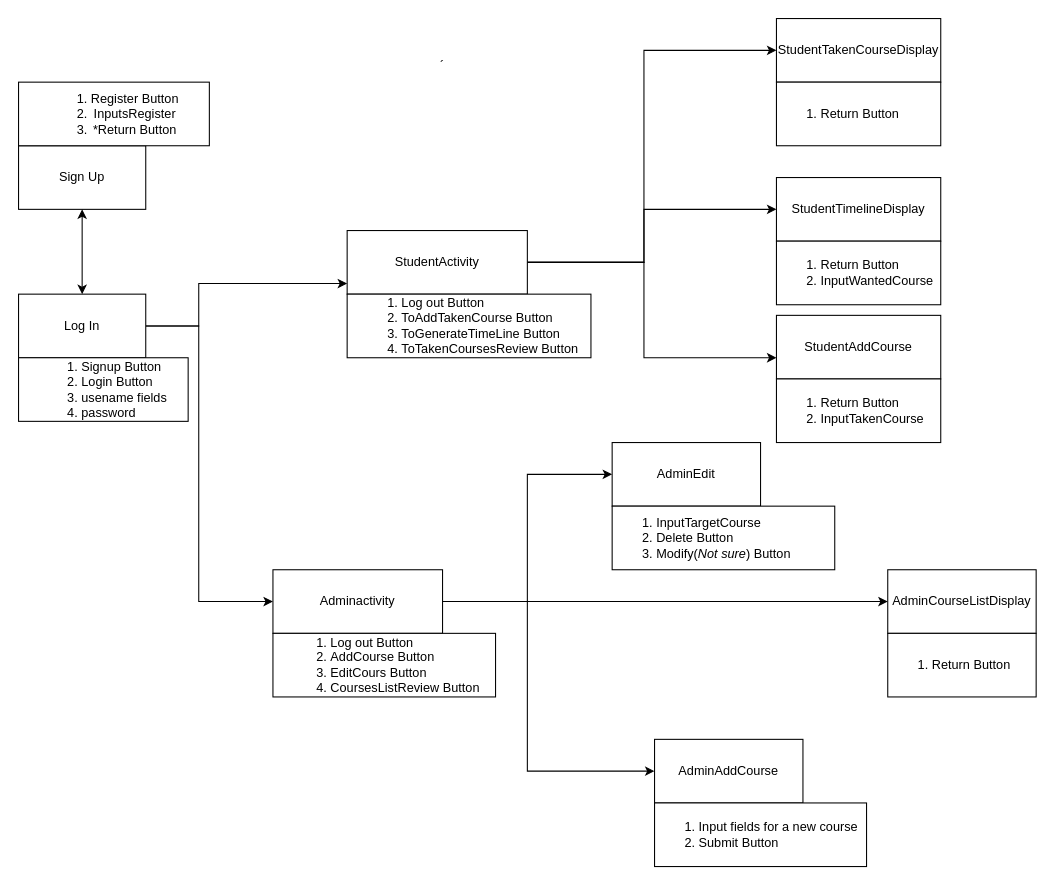
Above: UIPages.drawio in chenyo34/B07_TUT08_GP (draw.io), before the change. Source tidied: cells renumbered, new cells numbered last; positions are measured from the earlier drawing's top-left corner, leaving out a move shared by most shapes. Both pictures are drawn from the tidied source at 106%, with x=0, y=0 at pixel (18, 18).
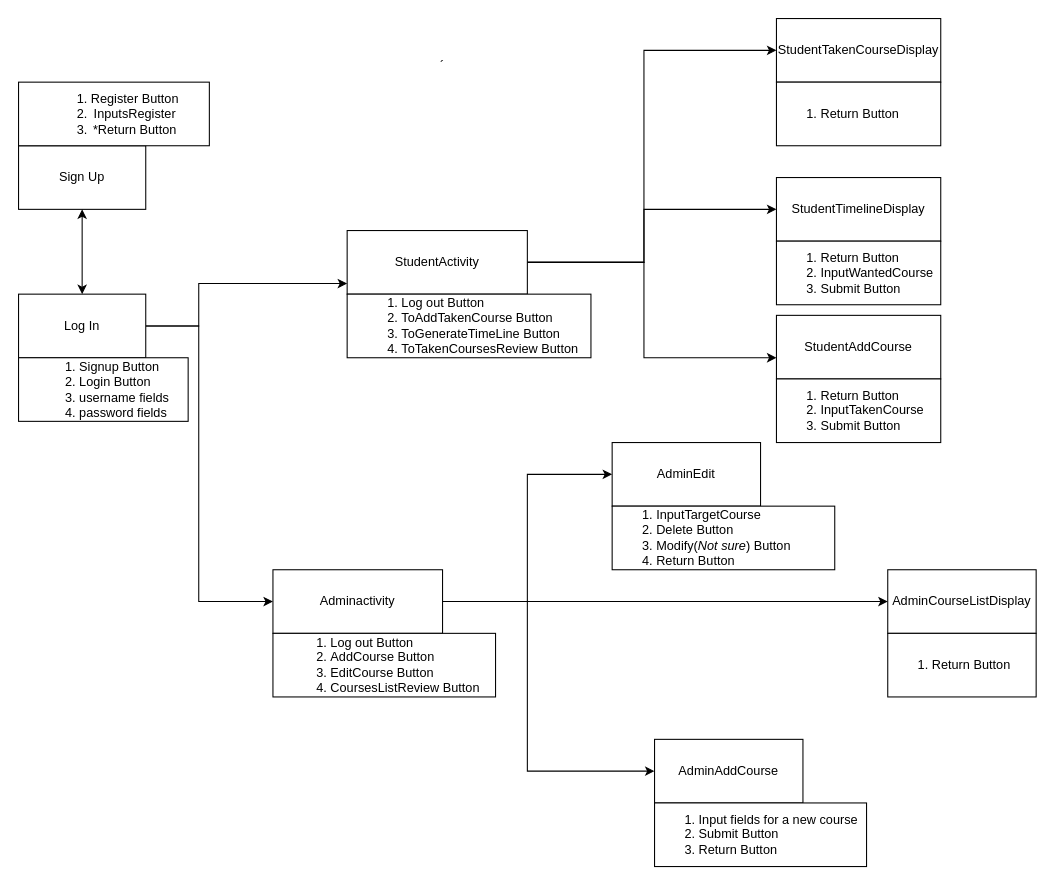
The same page after the edit.

What changed in the source:
```diff
@@
-    <mxCell id="23" value="&lt;ol&gt;&lt;li style=&quot;text-align: justify;&quot;&gt;Log out Button&lt;/li&gt;&lt;li style=&quot;text-align: justify;&quot;&gt;AddCourse Button&lt;/li&gt;&lt;li style=&quot;text-align: justify;&quot;&gt;EditCours Button&lt;/li&gt;&lt;li style=&quot;text-align: justify;&quot;&gt;CoursesListReview Button&lt;/li&gt;&lt;/ol&gt;" style="rounded=0;whiteSpace=wrap;html=1;" parent="1" vertex="1">
+    <mxCell id="23" value="&lt;ol&gt;&lt;li style=&quot;text-align: justify;&quot;&gt;Log out Button&lt;/li&gt;&lt;li style=&quot;text-align: justify;&quot;&gt;AddCourse Button&lt;/li&gt;&lt;li style=&quot;text-align: justify;&quot;&gt;EditCourse Button&lt;/li&gt;&lt;li style=&quot;text-align: justify;&quot;&gt;CoursesListReview Button&lt;/li&gt;&lt;/ol&gt;" style="rounded=0;whiteSpace=wrap;html=1;" parent="1" vertex="1">
       <mxGeometry x="240" y="580" width="210" height="60" as="geometry" />
     </mxCell>
-    <mxCell id="24" value="&lt;ol&gt;&lt;li style=&quot;text-align: justify;&quot;&gt;Signup Button&lt;/li&gt;&lt;li style=&quot;text-align: justify;&quot;&gt;Login Button&lt;/li&gt;&lt;li style=&quot;text-align: justify;&quot;&gt;usename fields&lt;/li&gt;&lt;li style=&quot;text-align: justify;&quot;&gt;password&lt;/li&gt;&lt;/ol&gt;" style="rounded=0;whiteSpace=wrap;html=1;" parent="1" vertex="1">
+    <mxCell id="24" value="&lt;ol&gt;&lt;li style=&quot;text-align: justify;&quot;&gt;Signup Button&lt;/li&gt;&lt;li style=&quot;text-align: justify;&quot;&gt;Login Button&lt;/li&gt;&lt;li style=&quot;text-align: justify;&quot;&gt;username fields&lt;/li&gt;&lt;li style=&quot;text-align: justify;&quot;&gt;password fields&lt;/li&gt;&lt;/ol&gt;" style="rounded=0;whiteSpace=wrap;html=1;" parent="1" vertex="1">
       <mxGeometry y="320" width="160" height="60" as="geometry" />
     </mxCell>
@@
-    <mxCell id="26" value="&lt;ol&gt;&lt;li style=&quot;&quot;&gt;Return Button&lt;/li&gt;&lt;li style=&quot;&quot;&gt;InputWantedCourse&lt;/li&gt;&lt;/ol&gt;" style="rounded=0;whiteSpace=wrap;html=1;align=left;" parent="1" vertex="1">
+    <mxCell id="26" value="&lt;ol&gt;&lt;li style=&quot;&quot;&gt;Return Button&lt;/li&gt;&lt;li style=&quot;&quot;&gt;InputWantedCourse&lt;/li&gt;&lt;li style=&quot;&quot;&gt;Submit Button&lt;/li&gt;&lt;/ol&gt;" style="rounded=0;whiteSpace=wrap;html=1;align=left;" parent="1" vertex="1">
       <mxGeometry x="715" y="210" width="155" height="60" as="geometry" />
     </mxCell>
@@
-    <mxCell id="28" value="&lt;ol&gt;&lt;li style=&quot;&quot;&gt;Return Button&lt;/li&gt;&lt;li style=&quot;&quot;&gt;InputTakenCourse&lt;/li&gt;&lt;/ol&gt;" style="rounded=0;whiteSpace=wrap;html=1;align=left;" parent="1" vertex="1">
+    <mxCell id="28" value="&lt;ol&gt;&lt;li style=&quot;&quot;&gt;Return Button&lt;/li&gt;&lt;li style=&quot;&quot;&gt;InputTakenCourse&lt;/li&gt;&lt;li style=&quot;&quot;&gt;Submit Button&lt;/li&gt;&lt;/ol&gt;" style="rounded=0;whiteSpace=wrap;html=1;align=left;" parent="1" vertex="1">
       <mxGeometry x="715" y="340" width="155" height="60" as="geometry" />
     </mxCell>
@@
-    <mxCell id="30" value="&lt;ol&gt;&lt;li style=&quot;&quot;&gt;Input fields for a new course&lt;/li&gt;&lt;li style=&quot;&quot;&gt;Submit Button&lt;/li&gt;&lt;/ol&gt;" style="rounded=0;whiteSpace=wrap;html=1;align=left;" parent="1" vertex="1">
+    <mxCell id="30" value="&lt;ol&gt;&lt;li style=&quot;&quot;&gt;Input fields for a new course&lt;/li&gt;&lt;li style=&quot;&quot;&gt;Submit Button&lt;/li&gt;&lt;li style=&quot;&quot;&gt;Return Button&lt;/li&gt;&lt;/ol&gt;" style="rounded=0;whiteSpace=wrap;html=1;align=left;" parent="1" vertex="1">
       <mxGeometry x="600" y="740" width="200" height="60" as="geometry" />
     </mxCell>
-    <mxCell id="31" value="&lt;ol&gt;&lt;li style=&quot;&quot;&gt;InputTargetCourse&lt;/li&gt;&lt;li style=&quot;&quot;&gt;Delete Button&lt;/li&gt;&lt;li style=&quot;&quot;&gt;Modify(&lt;i&gt;Not sure&lt;/i&gt;) Button&lt;/li&gt;&lt;/ol&gt;" style="rounded=0;whiteSpace=wrap;html=1;align=left;" parent="1" vertex="1">
+    <mxCell id="31" value="&lt;ol&gt;&lt;li style=&quot;&quot;&gt;InputTargetCourse&lt;/li&gt;&lt;li style=&quot;&quot;&gt;Delete Button&lt;/li&gt;&lt;li style=&quot;&quot;&gt;Modify(&lt;i&gt;Not sure&lt;/i&gt;) Button&lt;/li&gt;&lt;li style=&quot;&quot;&gt;Return Button&lt;/li&gt;&lt;/ol&gt;" style="rounded=0;whiteSpace=wrap;html=1;align=left;" parent="1" vertex="1">
       <mxGeometry x="560" y="460" width="210" height="60" as="geometry" />
     </mxCell>
```
